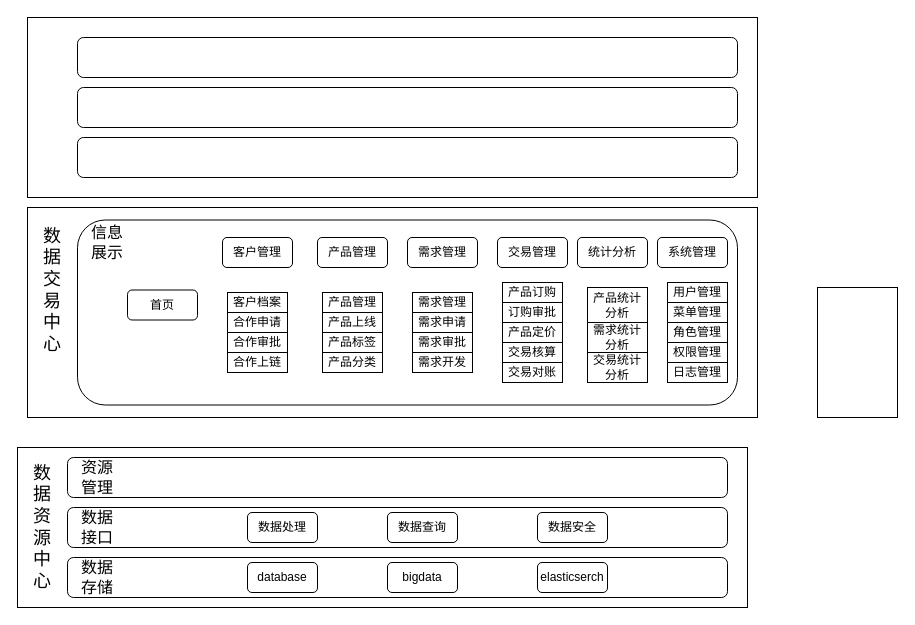
Above: drawio/数据平台.drawio in raingnight/Blog_Pic (draw.io), before the change. Source tidied: cells renumbered, new cells numbered last; positions are measured from the earlier drawing's top-left corner, leaving out a move shared by most shapes. Both pictures are drawn from the tidied source at 100%, with x=0, y=0 at pixel (17, 17).
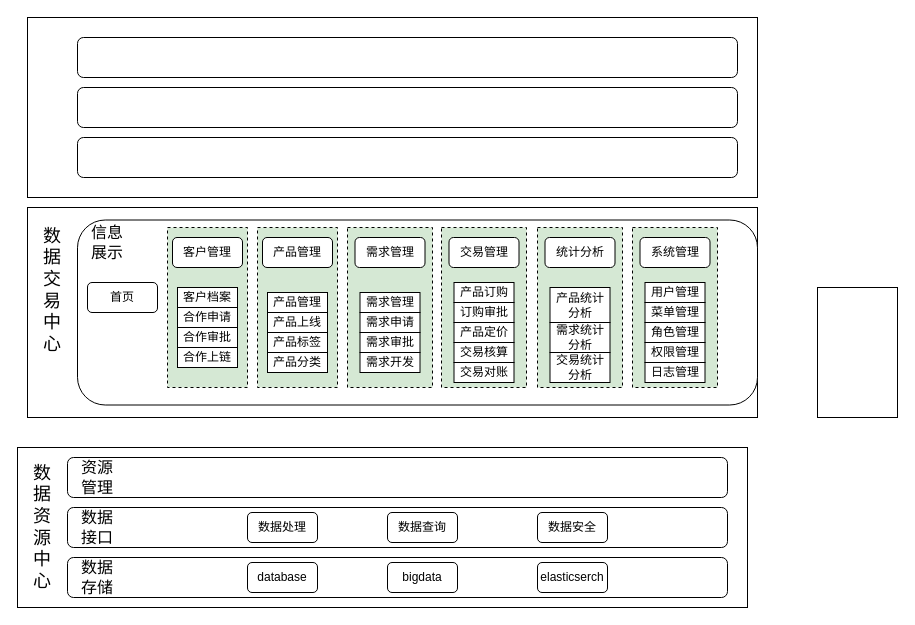
The same page after the edit.

Commit message:
更新数据平台.drawio

Diff of the diagram source:
```diff
@@
     <mxCell id="8" style="rounded=1;whiteSpace=wrap;html=1;" parent="1" vertex="1">
-      <mxGeometry x="60" y="202.5" width="660" height="185" as="geometry" />
+      <mxGeometry x="60" y="202.5" width="680" height="185" as="geometry" />
     </mxCell>
@@
     <mxCell id="24" value="首页" style="rounded=1;whiteSpace=wrap;html=1;" parent="1" vertex="1">
-      <mxGeometry x="110" y="272.5" width="70" height="30" as="geometry" />
+      <mxGeometry x="70" y="265" width="70" height="30" as="geometry" />
     </mxCell>
+    <mxCell id="62" style="rounded=0;whiteSpace=wrap;html=1;" parent="1" vertex="1">
+      <mxGeometry x="800" y="270" width="80" height="130" as="geometry" />
+    </mxCell>
+    <mxCell id="63" style="rounded=0;whiteSpace=wrap;html=1;fillColor=#d5e8d4;strokeColor=#000000;dashed=1;" parent="1" vertex="1">
+      <mxGeometry x="150" y="210" width="80" height="160" as="geometry" />
+    </mxCell>
     <mxCell id="25" value="客户管理" style="rounded=1;whiteSpace=wrap;html=1;" parent="1" vertex="1">
-      <mxGeometry x="205" y="220" width="70" height="30" as="geometry" />
+      <mxGeometry x="155" y="220" width="70" height="30" as="geometry" />
     </mxCell>
-    <mxCell id="26" value="产品管理" style="rounded=1;whiteSpace=wrap;html=1;" parent="1" vertex="1">
-      <mxGeometry x="300" y="220" width="70" height="30" as="geometry" />
-    </mxCell>
-    <mxCell id="27" value="需求管理" style="rounded=1;whiteSpace=wrap;html=1;" parent="1" vertex="1">
-      <mxGeometry x="390" y="220" width="70" height="30" as="geometry" />
-    </mxCell>
-    <mxCell id="28" value="交易管理" style="rounded=1;whiteSpace=wrap;html=1;" parent="1" vertex="1">
-      <mxGeometry x="480" y="220" width="70" height="30" as="geometry" />
-    </mxCell>
-    <mxCell id="29" value="统计分析" style="rounded=1;whiteSpace=wrap;html=1;" parent="1" vertex="1">
-      <mxGeometry x="560" y="220" width="70" height="30" as="geometry" />
-    </mxCell>
-    <mxCell id="30" value="系统管理" style="rounded=1;whiteSpace=wrap;html=1;" parent="1" vertex="1">
-      <mxGeometry x="640" y="220" width="70" height="30" as="geometry" />
-    </mxCell>
     <mxCell id="31" style="group;" parent="1" vertex="1">
-      <mxGeometry x="210" y="275" width="60" height="80" as="geometry" />
+      <mxGeometry x="160" y="270" width="60" height="80" as="geometry" />
     </mxCell>
@@
+    <mxCell id="64" style="rounded=0;whiteSpace=wrap;html=1;fillColor=#d5e8d4;strokeColor=#000000;dashed=1;" parent="1" vertex="1">
+      <mxGeometry x="240" y="210" width="80" height="160" as="geometry" />
+    </mxCell>
+    <mxCell id="26" value="产品管理" style="rounded=1;whiteSpace=wrap;html=1;" parent="1" vertex="1">
+      <mxGeometry x="245" y="220" width="70" height="30" as="geometry" />
+    </mxCell>
     <mxCell id="36" style="group;" parent="1" vertex="1">
-      <mxGeometry x="305" y="275" width="60" height="80" as="geometry" />
+      <mxGeometry x="250" y="275" width="60" height="80" as="geometry" />
     </mxCell>
@@
-    <mxCell id="41" style="group;" parent="1" vertex="1">
-      <mxGeometry x="395" y="275" width="60" height="80" as="geometry" />
-    </mxCell>
+    <mxCell id="65" style="rounded=0;whiteSpace=wrap;html=1;fillColor=#d5e8d4;strokeColor=#000000;dashed=1;" parent="1" vertex="1">
+      <mxGeometry x="330" y="210" width="85" height="160" as="geometry" />
+    </mxCell>
+    <mxCell id="27" value="需求管理" style="rounded=1;whiteSpace=wrap;html=1;" parent="1" vertex="1">
+      <mxGeometry x="337.5" y="220" width="70" height="30" as="geometry" />
+    </mxCell>
-    <mxCell id="42" value="需求管理" style="rounded=0;whiteSpace=wrap;html=1;" parent="41" vertex="1">
-      <mxGeometry width="60" height="20" as="geometry" />
+    <mxCell id="42" value="需求管理" style="rounded=0;whiteSpace=wrap;html=1;" parent="1" vertex="1">
+      <mxGeometry x="342.5" y="275" width="60" height="20" as="geometry" />
     </mxCell>
-    <mxCell id="43" value="需求申请" style="rounded=0;whiteSpace=wrap;html=1;" parent="41" vertex="1">
-      <mxGeometry y="20" width="60" height="20" as="geometry" />
+    <mxCell id="43" value="需求申请" style="rounded=0;whiteSpace=wrap;html=1;" parent="1" vertex="1">
+      <mxGeometry x="342.5" y="295" width="60" height="20" as="geometry" />
     </mxCell>
-    <mxCell id="44" value="需求开发" style="rounded=0;whiteSpace=wrap;html=1;" parent="41" vertex="1">
-      <mxGeometry y="60" width="60" height="20" as="geometry" />
+    <mxCell id="44" value="需求开发" style="rounded=0;whiteSpace=wrap;html=1;" parent="1" vertex="1">
+      <mxGeometry x="342.5" y="335" width="60" height="20" as="geometry" />
     </mxCell>
-    <mxCell id="45" value="需求审批" style="rounded=0;whiteSpace=wrap;html=1;" parent="41" vertex="1">
-      <mxGeometry y="40" width="60" height="20" as="geometry" />
+    <mxCell id="45" value="需求审批" style="rounded=0;whiteSpace=wrap;html=1;" parent="1" vertex="1">
+      <mxGeometry x="342.5" y="315" width="60" height="20" as="geometry" />
     </mxCell>
-    <mxCell id="46" style="group;" parent="1" vertex="1">
-      <mxGeometry x="485" y="265" width="60" height="100" as="geometry" />
-    </mxCell>
+    <mxCell id="66" style="rounded=0;whiteSpace=wrap;html=1;fillColor=#d5e8d4;strokeColor=#000000;dashed=1;" parent="1" vertex="1">
+      <mxGeometry x="424" y="210" width="85" height="160" as="geometry" />
+    </mxCell>
+    <mxCell id="67" style="rounded=0;whiteSpace=wrap;html=1;fillColor=#d5e8d4;strokeColor=#000000;dashed=1;" parent="1" vertex="1">
+      <mxGeometry x="520" y="210" width="85" height="160" as="geometry" />
+    </mxCell>
+    <mxCell id="68" style="rounded=0;whiteSpace=wrap;html=1;fillColor=#d5e8d4;strokeColor=#000000;dashed=1;" parent="1" vertex="1">
+      <mxGeometry x="615" y="210" width="85" height="160" as="geometry" />
+    </mxCell>
+    <mxCell id="28" value="交易管理" style="rounded=1;whiteSpace=wrap;html=1;" parent="1" vertex="1">
+      <mxGeometry x="431.5" y="220" width="70" height="30" as="geometry" />
+    </mxCell>
+    <mxCell id="29" value="统计分析" style="rounded=1;whiteSpace=wrap;html=1;" parent="1" vertex="1">
+      <mxGeometry x="527.5" y="220" width="70" height="30" as="geometry" />
+    </mxCell>
+    <mxCell id="30" value="系统管理" style="rounded=1;whiteSpace=wrap;html=1;" parent="1" vertex="1">
+      <mxGeometry x="622.5" y="220" width="70" height="30" as="geometry" />
+    </mxCell>
-    <mxCell id="47" value="产品订购" style="rounded=0;whiteSpace=wrap;html=1;" parent="46" vertex="1">
-      <mxGeometry width="60" height="20" as="geometry" />
+    <mxCell id="47" value="产品订购" style="rounded=0;whiteSpace=wrap;html=1;" parent="1" vertex="1">
+      <mxGeometry x="436.5" y="265" width="60" height="20" as="geometry" />
     </mxCell>
-    <mxCell id="48" value="订购审批" style="rounded=0;whiteSpace=wrap;html=1;" parent="46" vertex="1">
-      <mxGeometry y="20" width="60" height="20" as="geometry" />
+    <mxCell id="48" value="订购审批" style="rounded=0;whiteSpace=wrap;html=1;" parent="1" vertex="1">
+      <mxGeometry x="436.5" y="285" width="60" height="20" as="geometry" />
     </mxCell>
-    <mxCell id="49" value="产品定价" style="rounded=0;whiteSpace=wrap;html=1;" parent="46" vertex="1">
-      <mxGeometry y="40" width="60" height="20" as="geometry" />
+    <mxCell id="49" value="产品定价" style="rounded=0;whiteSpace=wrap;html=1;" parent="1" vertex="1">
+      <mxGeometry x="436.5" y="305" width="60" height="20" as="geometry" />
     </mxCell>
-    <mxCell id="50" value="交易核算" style="rounded=0;whiteSpace=wrap;html=1;" parent="46" vertex="1">
-      <mxGeometry y="60" width="60" height="20" as="geometry" />
+    <mxCell id="50" value="交易核算" style="rounded=0;whiteSpace=wrap;html=1;" parent="1" vertex="1">
+      <mxGeometry x="436.5" y="325" width="60" height="20" as="geometry" />
     </mxCell>
-    <mxCell id="51" value="交易对账" style="rounded=0;whiteSpace=wrap;html=1;" parent="46" vertex="1">
-      <mxGeometry y="80" width="60" height="20" as="geometry" />
+    <mxCell id="51" value="交易对账" style="rounded=0;whiteSpace=wrap;html=1;" parent="1" vertex="1">
+      <mxGeometry x="436.5" y="345" width="60" height="20" as="geometry" />
     </mxCell>
-    <mxCell id="52" style="group;" parent="1" vertex="1">
-      <mxGeometry x="570" y="270" width="60" height="95" as="geometry" />
-    </mxCell>
-    <mxCell id="53" value="产品统计分析" style="rounded=0;whiteSpace=wrap;html=1;" parent="52" vertex="1">
-      <mxGeometry width="60" height="35" as="geometry" />
+    <mxCell id="53" value="产品统计分析" style="rounded=0;whiteSpace=wrap;html=1;" parent="1" vertex="1">
+      <mxGeometry x="532.5" y="270" width="60" height="35" as="geometry" />
     </mxCell>
-    <mxCell id="54" value="需求统计分析" style="rounded=0;whiteSpace=wrap;html=1;" parent="52" vertex="1">
-      <mxGeometry y="35" width="60" height="30" as="geometry" />
+    <mxCell id="54" value="需求统计分析" style="rounded=0;whiteSpace=wrap;html=1;" parent="1" vertex="1">
+      <mxGeometry x="532.5" y="305" width="60" height="30" as="geometry" />
     </mxCell>
-    <mxCell id="55" value="交易统计分析" style="rounded=0;whiteSpace=wrap;html=1;" parent="52" vertex="1">
-      <mxGeometry y="65" width="60" height="30" as="geometry" />
+    <mxCell id="55" value="交易统计分析" style="rounded=0;whiteSpace=wrap;html=1;" parent="1" vertex="1">
+      <mxGeometry x="532.5" y="335" width="60" height="30" as="geometry" />
     </mxCell>
-    <mxCell id="56" style="group;" parent="1" vertex="1">
-      <mxGeometry x="650" y="265" width="60" height="100" as="geometry" />
-    </mxCell>
-    <mxCell id="57" value="用户管理" style="rounded=0;whiteSpace=wrap;html=1;" parent="56" vertex="1">
-      <mxGeometry width="60" height="20" as="geometry" />
+    <mxCell id="57" value="用户管理" style="rounded=0;whiteSpace=wrap;html=1;" parent="1" vertex="1">
+      <mxGeometry x="627.5" y="265" width="60" height="20" as="geometry" />
     </mxCell>
-    <mxCell id="58" value="菜单管理" style="rounded=0;whiteSpace=wrap;html=1;" parent="56" vertex="1">
-      <mxGeometry y="20" width="60" height="20" as="geometry" />
+    <mxCell id="58" value="菜单管理" style="rounded=0;whiteSpace=wrap;html=1;" parent="1" vertex="1">
+      <mxGeometry x="627.5" y="285" width="60" height="20" as="geometry" />
     </mxCell>
-    <mxCell id="59" value="角色管理" style="rounded=0;whiteSpace=wrap;html=1;" parent="56" vertex="1">
-      <mxGeometry y="40" width="60" height="20" as="geometry" />
+    <mxCell id="59" value="角色管理" style="rounded=0;whiteSpace=wrap;html=1;" parent="1" vertex="1">
+      <mxGeometry x="627.5" y="305" width="60" height="20" as="geometry" />
     </mxCell>
-    <mxCell id="60" value="权限管理" style="rounded=0;whiteSpace=wrap;html=1;" parent="56" vertex="1">
-      <mxGeometry y="60" width="60" height="20" as="geometry" />
+    <mxCell id="60" value="权限管理" style="rounded=0;whiteSpace=wrap;html=1;" parent="1" vertex="1">
+      <mxGeometry x="627.5" y="325" width="60" height="20" as="geometry" />
     </mxCell>
-    <mxCell id="61" value="日志管理" style="rounded=0;whiteSpace=wrap;html=1;" parent="56" vertex="1">
-      <mxGeometry y="80" width="60" height="20" as="geometry" />
+    <mxCell id="61" value="日志管理" style="rounded=0;whiteSpace=wrap;html=1;" parent="1" vertex="1">
+      <mxGeometry x="627.5" y="345" width="60" height="20" as="geometry" />
     </mxCell>
-    <mxCell id="62" style="rounded=0;whiteSpace=wrap;html=1;" parent="1" vertex="1">
-      <mxGeometry x="800" y="270" width="80" height="130" as="geometry" />
-    </mxCell>
```
